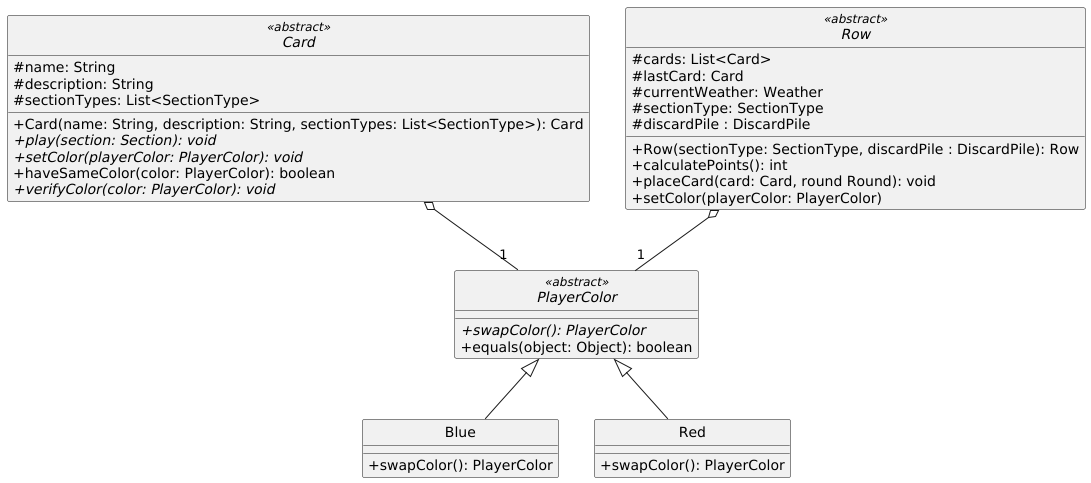
Before: diagrams/classes/colors.png, a diagram exported from PlantUML (Yonhir/algo3_proyecto_base_tp2).
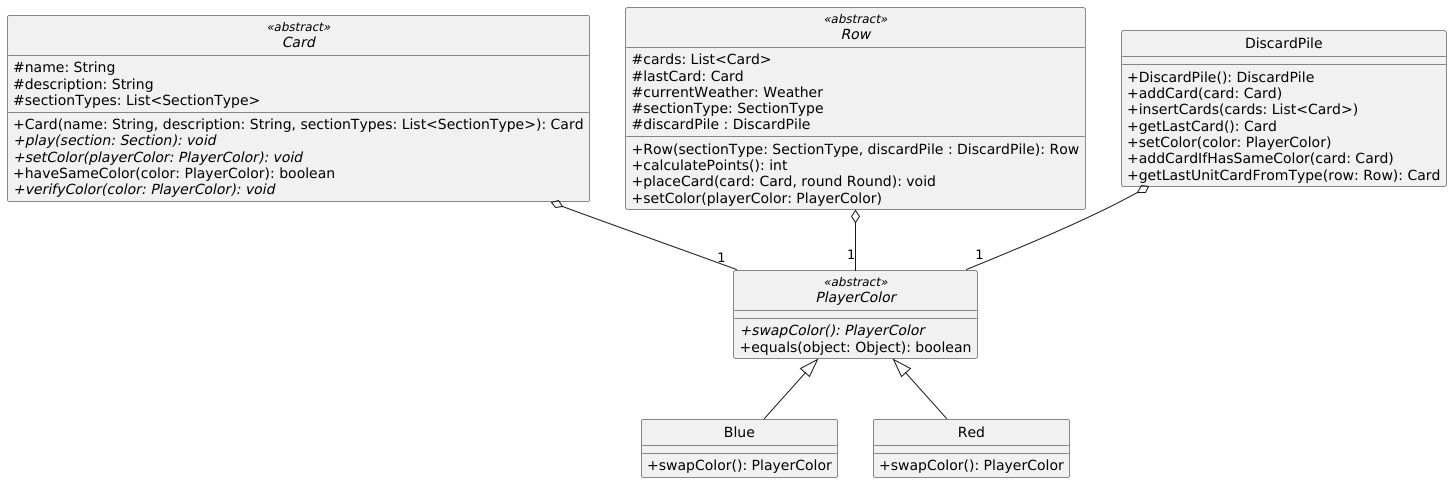
After the change.

Commit message:
agrego discardPile

What changed in the source:
```diff
@@ -27,6 +27,16 @@
   +setColor(playerColor: PlayerColor)
 }
 
+class DiscardPile {
+  +DiscardPile(): DiscardPile
+  +addCard(card: Card)
+  +insertCards(cards: List<Card>)
+  +getLastCard(): Card
+  +setColor(color: PlayerColor)
+  +addCardIfHasSameColor(card: Card)
+  +getLastUnitCardFromType(row: Row): Card
+}
+
 abstract class PlayerColor <<abstract>> {
   +{abstract}swapColor(): PlayerColor
   +equals(object: Object): boolean
@@ -42,6 +52,7 @@
 
 Card o-- "1" PlayerColor
 Row  o-- "1" PlayerColor
+DiscardPile o-- "1" PlayerColor
 
 PlayerColor <|-- Blue
 PlayerColor <|-- Red
```
